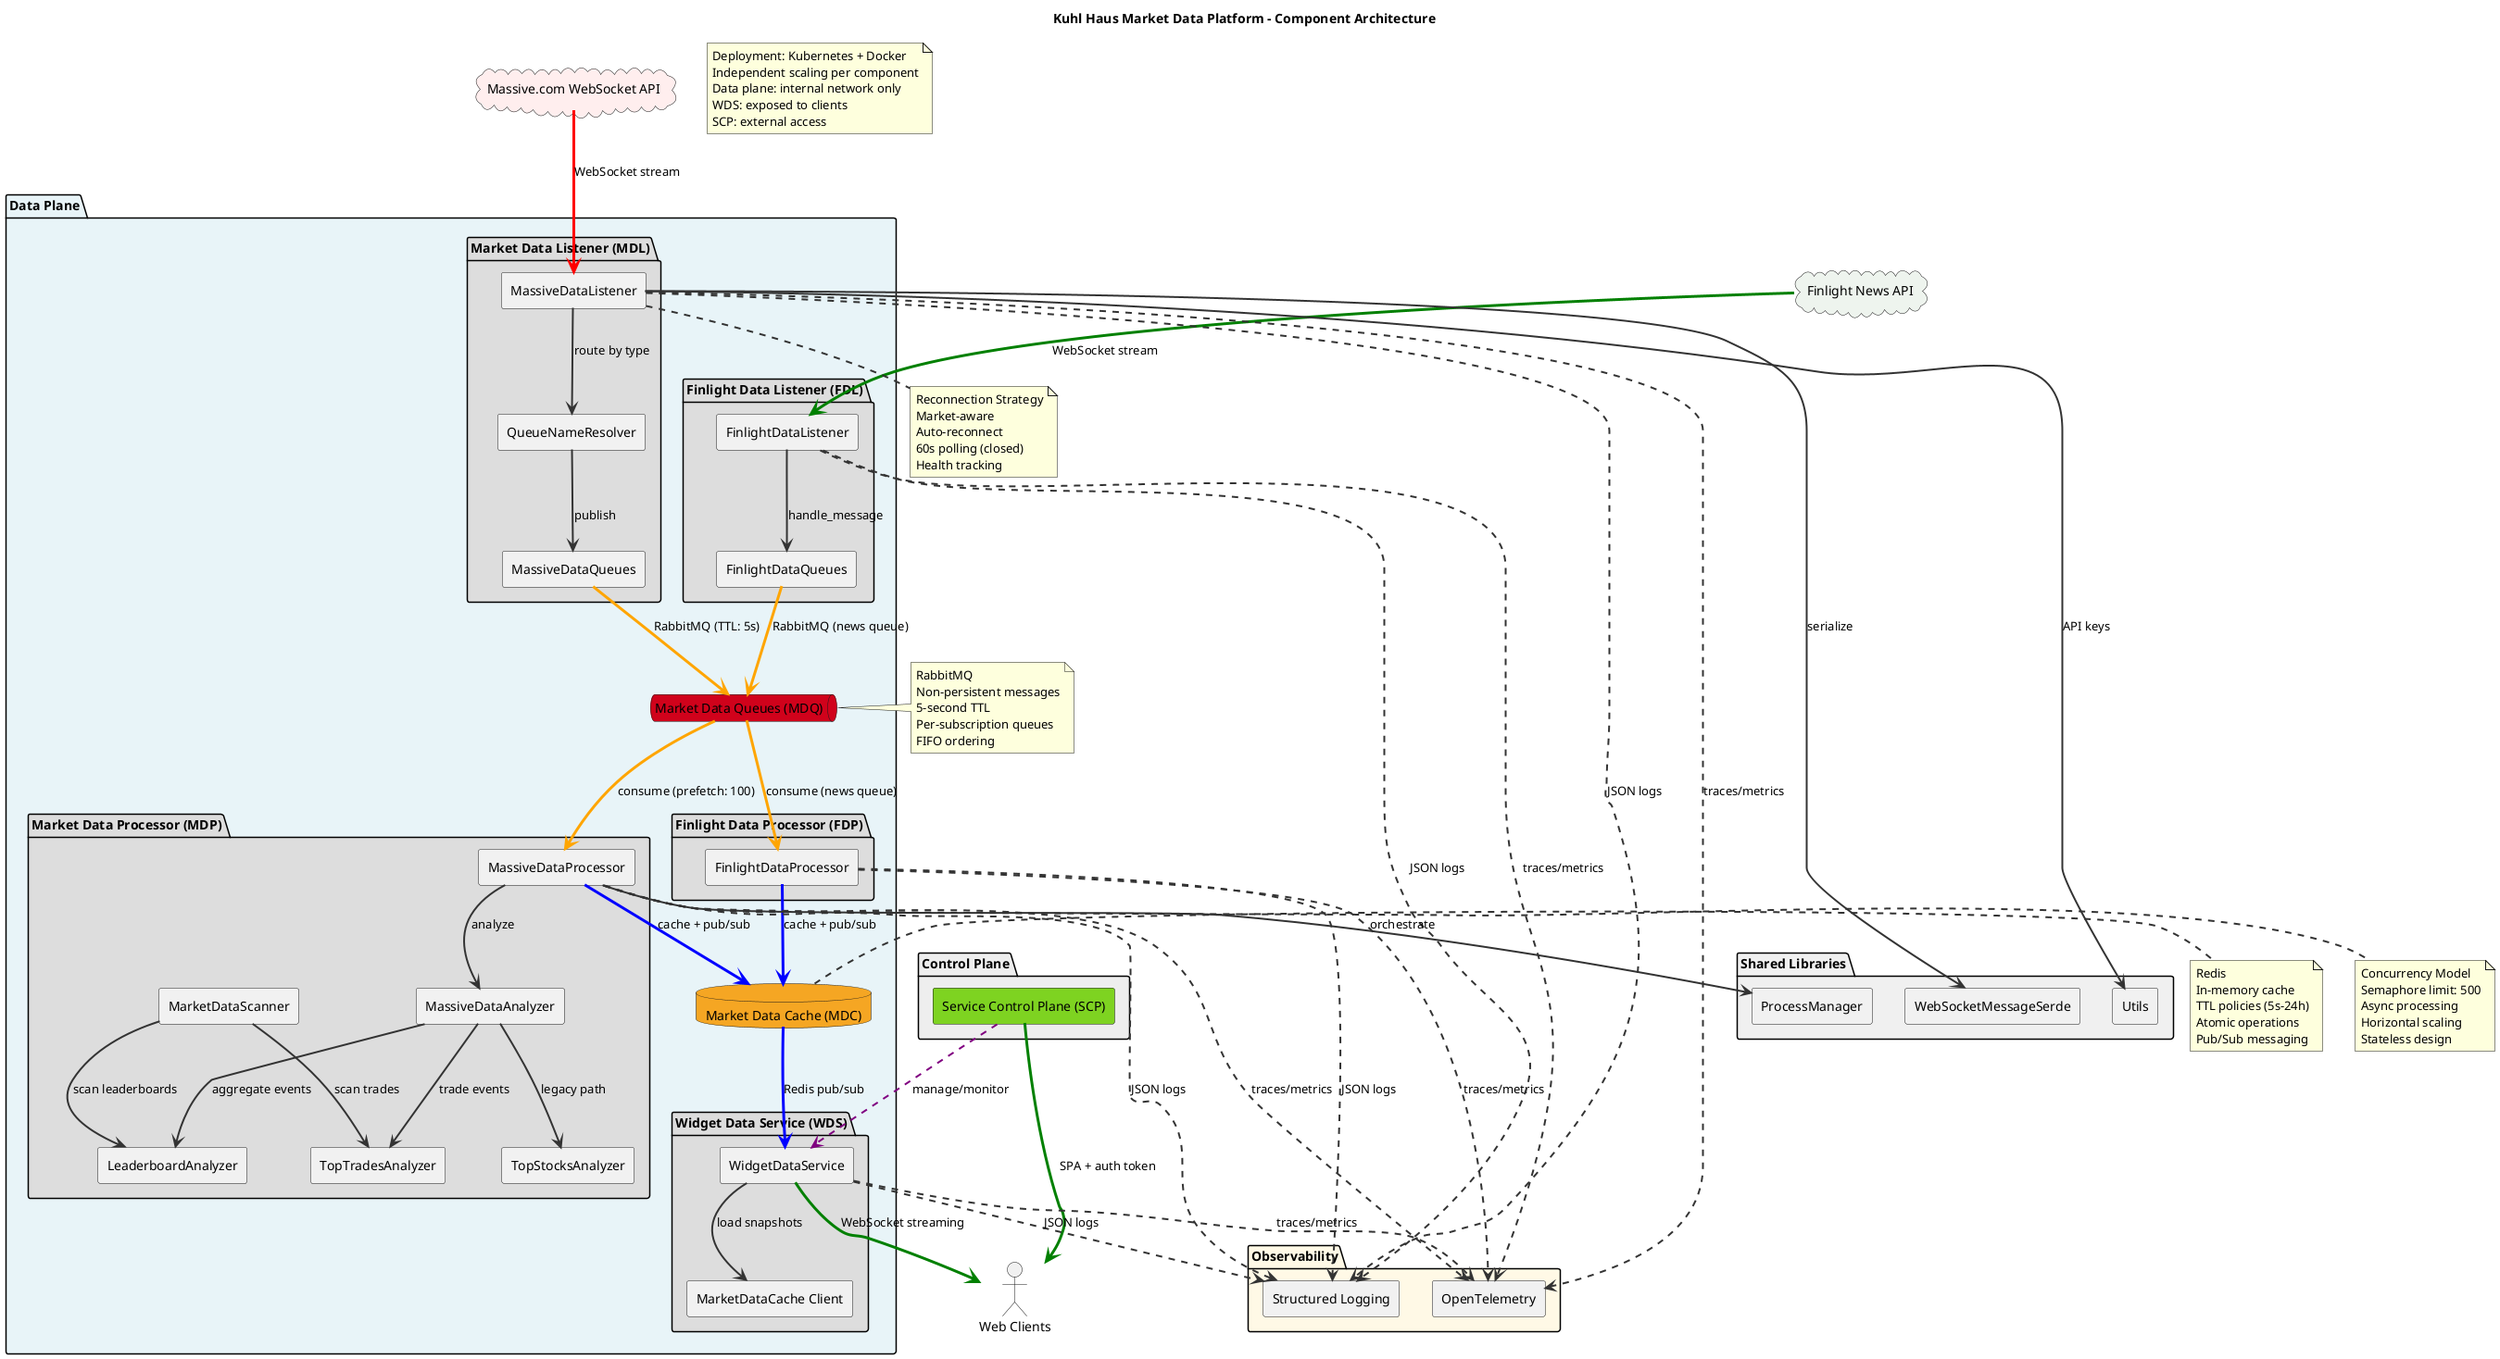
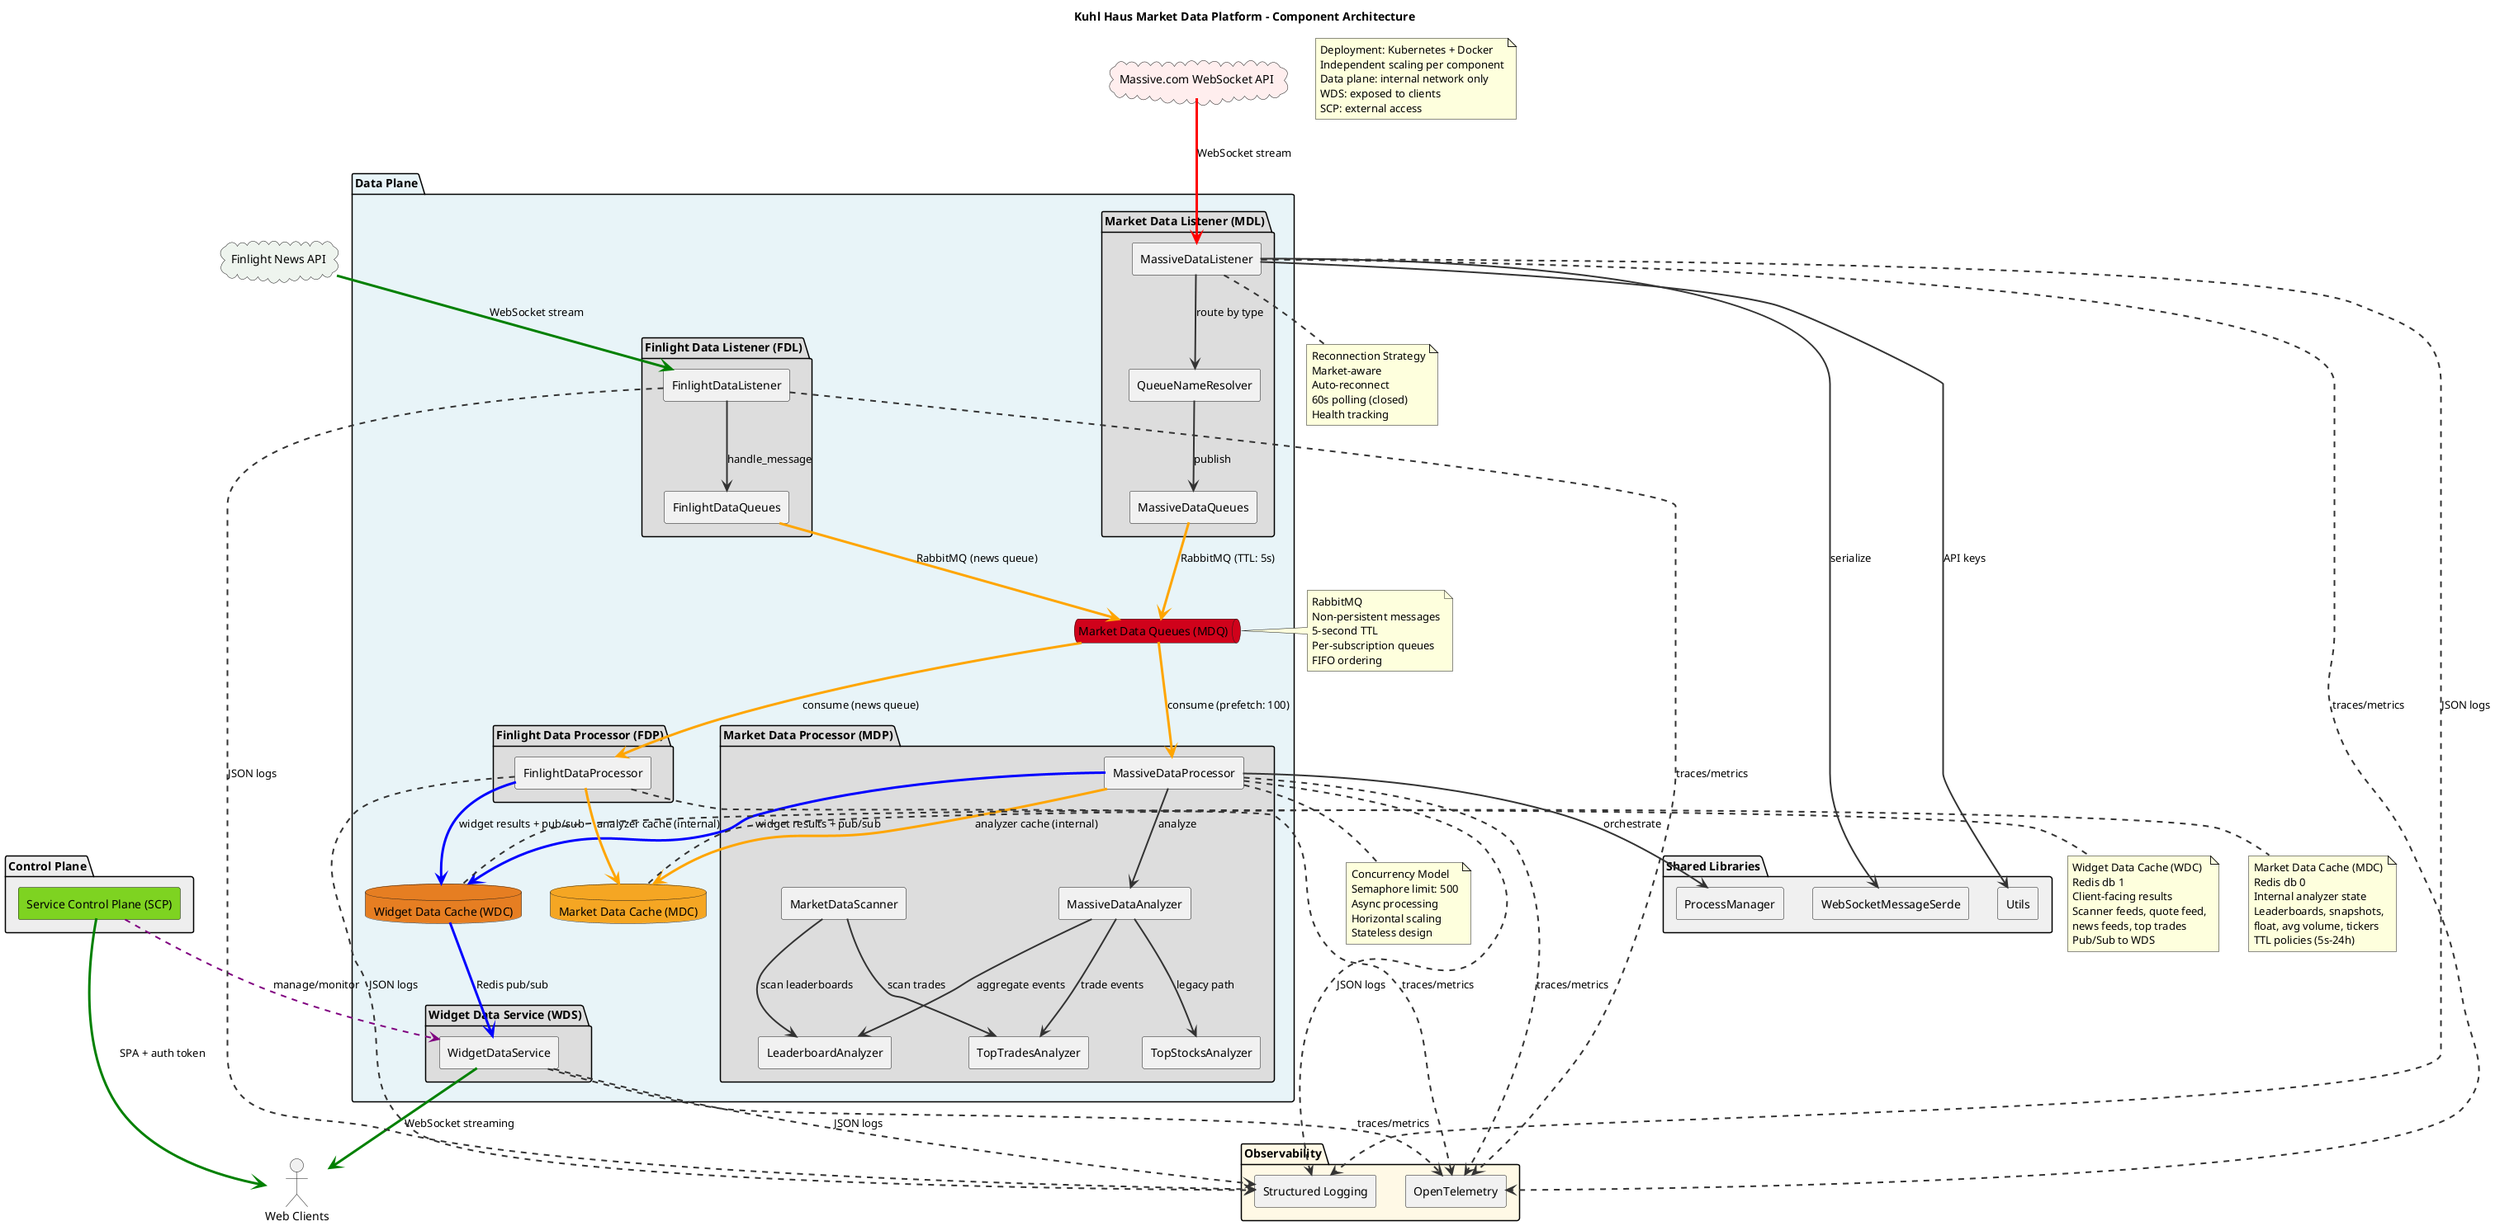
@startuml Market Data Platform Architecture

skinparam componentStyle rectangle
skinparam backgroundColor white
skinparam shadowing false
skinparam ArrowColor #333333
skinparam ArrowThickness 2

title Kuhl Haus Market Data Platform - Component Architecture

cloud "Massive.com WebSocket API" as Massive #FFEEEE
cloud "Finlight News API" as Finlight #EEF4EE

package "Control Plane" #EEEEEE {
    component "Service Control Plane (SCP)" as SCP #7ED321
}

package "Data Plane" #E8F4F8 {

    package "Market Data Listener (MDL)" #DDDDDD {
        component "MassiveDataListener" as Listener
        component "MassiveDataQueues" as Queues
        component "QueueNameResolver" as Resolver
    }

    package "Finlight Data Listener (FDL)" #DDDDDD {
        component "FinlightDataListener" as FDListener
        component "FinlightDataQueues" as FDQueues
    }

    queue "Market Data Queues (MDQ)" as MDQ #D0021B

    package "Market Data Processor (MDP)" #DDDDDD {
        component "MassiveDataProcessor" as Processor
        component "MarketDataScanner" as Scanner
        component "MassiveDataAnalyzer" as Router
        component "LeaderboardAnalyzer" as Leaderboard
        component "TopTradesAnalyzer" as TopTrades
        component "TopStocksAnalyzer" as TopStocks
    }

    package "Finlight Data Processor (FDP)" #DDDDDD {
        component "FinlightDataProcessor" as FDProcessor
    }

    database "Market Data Cache (MDC)" as MDC #F5A623
+     database "Widget Data Cache (WDC)" as WDC #E67E22

    package "Widget Data Service (WDS)" #DDDDDD {
        component "WidgetDataService" as Widget
-         component "MarketDataCache Client" as CacheClient
    }
}

package "Observability" #FFF9E6 {
    component "OpenTelemetry" as OTel
    component "Structured Logging" as Logging
}

package "Shared Libraries" #F0F0F0 {
    component "ProcessManager" as PM
    component "WebSocketMessageSerde" as Serde
    component "Utils" as Utils
}

actor "Web Clients" as Clients

Massive -[#red,thickness=3]-> Listener : WebSocket stream
Listener --> Resolver : route by type
Resolver --> Queues : publish
Queues -[#orange,thickness=3]-> MDQ : RabbitMQ (TTL: 5s)

Finlight -[#green,thickness=3]-> FDListener : WebSocket stream
FDListener --> FDQueues : handle_message
FDQueues -[#orange,thickness=3]-> MDQ : RabbitMQ (news queue)

MDQ -[#orange,thickness=3]-> Processor : consume (prefetch: 100)
MDQ -[#orange,thickness=3]-> FDProcessor : consume (news queue)
Processor --> Router : analyze
Router --> Leaderboard : aggregate events
Router --> TopTrades : trade events
Router --> TopStocks : legacy path
Scanner --> Leaderboard : scan leaderboards
Scanner --> TopTrades : scan trades
- Processor -[#blue,thickness=3]-> MDC : cache + pub/sub
- FDProcessor -[#blue,thickness=3]-> MDC : cache + pub/sub
+ Processor -[#orange,thickness=3]-> MDC : analyzer cache (internal)
+ Processor -[#blue,thickness=3]-> WDC : widget results + pub/sub
+ FDProcessor -[#orange,thickness=3]-> MDC : analyzer cache (internal)
+ FDProcessor -[#blue,thickness=3]-> WDC : widget results + pub/sub

- MDC -[#blue,thickness=3]-> Widget : Redis pub/sub
- Widget --> CacheClient : load snapshots
+ WDC -[#blue,thickness=3]-> Widget : Redis pub/sub
Widget -[#green,thickness=3]-> Clients : WebSocket streaming

SCP .[#purple,dashed].> Widget : manage/monitor
SCP -[#green,thickness=3]-> Clients : SPA + auth token

Listener .down.> OTel : traces/metrics
FDListener .down.> OTel : traces/metrics
Processor .down.> OTel : traces/metrics
FDProcessor .down.> OTel : traces/metrics
Widget .down.> OTel : traces/metrics
Listener .down.> Logging : JSON logs
FDListener .down.> Logging : JSON logs
Processor .down.> Logging : JSON logs
FDProcessor .down.> Logging : JSON logs
Widget .down.> Logging : JSON logs

Listener --> Serde : serialize
Processor --> PM : orchestrate
Listener --> Utils : API keys

note right of MDQ
  RabbitMQ
  Non-persistent messages
  5-second TTL
  Per-subscription queues
  FIFO ordering
end note

note right of MDC
-   Redis
-   In-memory cache
+   Market Data Cache (MDC)
+   Redis db 0
+   Internal analyzer state
+   Leaderboards, snapshots,
+   float, avg volume, tickers
  TTL policies (5s-24h)
-   Atomic operations
-   Pub/Sub messaging
+ end note
+ 
+ note right of WDC
+   Widget Data Cache (WDC)
+   Redis db 1
+   Client-facing results
+   Scanner feeds, quote feed,
+   news feeds, top trades
+   Pub/Sub to WDS
end note

note bottom of Processor
  Concurrency Model
  Semaphore limit: 500
  Async processing
  Horizontal scaling
  Stateless design
end note

note bottom of Listener
  Reconnection Strategy
  Market-aware
  Auto-reconnect
  60s polling (closed)
  Health tracking
end note

note as DeploymentNote
  Deployment: Kubernetes + Docker
  Independent scaling per component
  Data plane: internal network only
  WDS: exposed to clients
  SCP: external access
end note

@enduml
